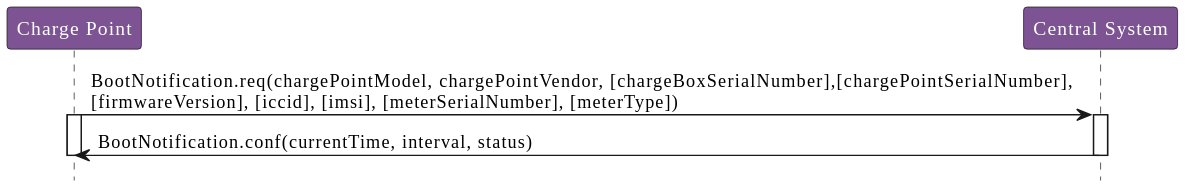
Before: OCPP_1.6/images/figure_13.svg, a diagram exported from PlantUML (phoi5675/ocpp-markdown).
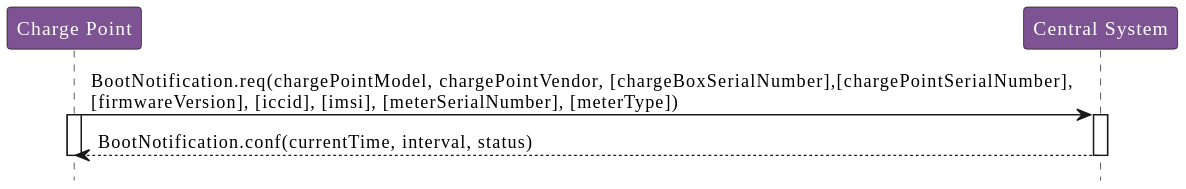
After the change.

What changed in the source:
```diff
@@ -8,7 +8,7 @@
 activate ChargePoint
 activate CentralSystem
 
-CentralSystem -> ChargePoint : BootNotification.conf(currentTime, interval, status)
+CentralSystem --> ChargePoint : BootNotification.conf(currentTime, interval, status)
 
 deactivate CentralSystem
 deactivate ChargePoint
```
